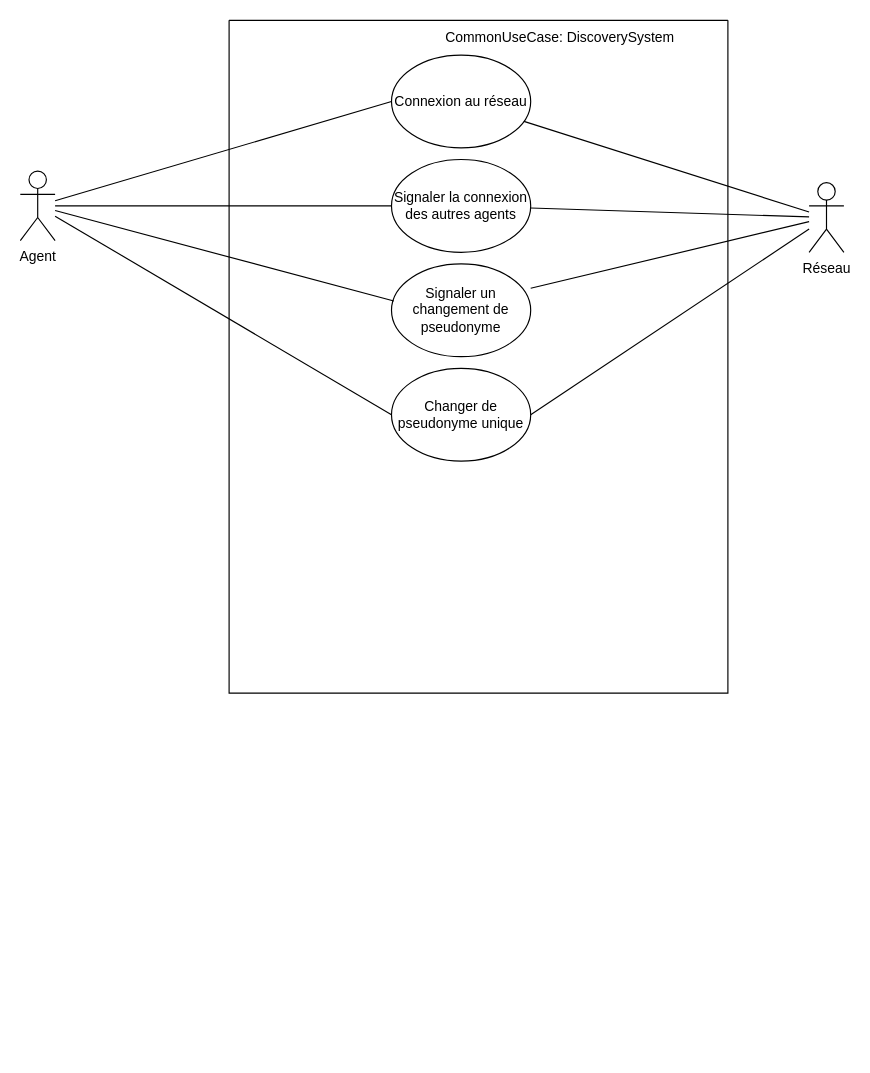
Above: conception/UseCaseDiscoverySystem.drawio in nbillard/Clavardage (draw.io), before the change. Source tidied: cells renumbered, new cells numbered last; positions are measured from the earlier drawing's top-left corner, leaving out a move shared by most shapes. Both pictures are drawn from the tidied source at 116%, with x=0, y=0 at pixel (20, 20).
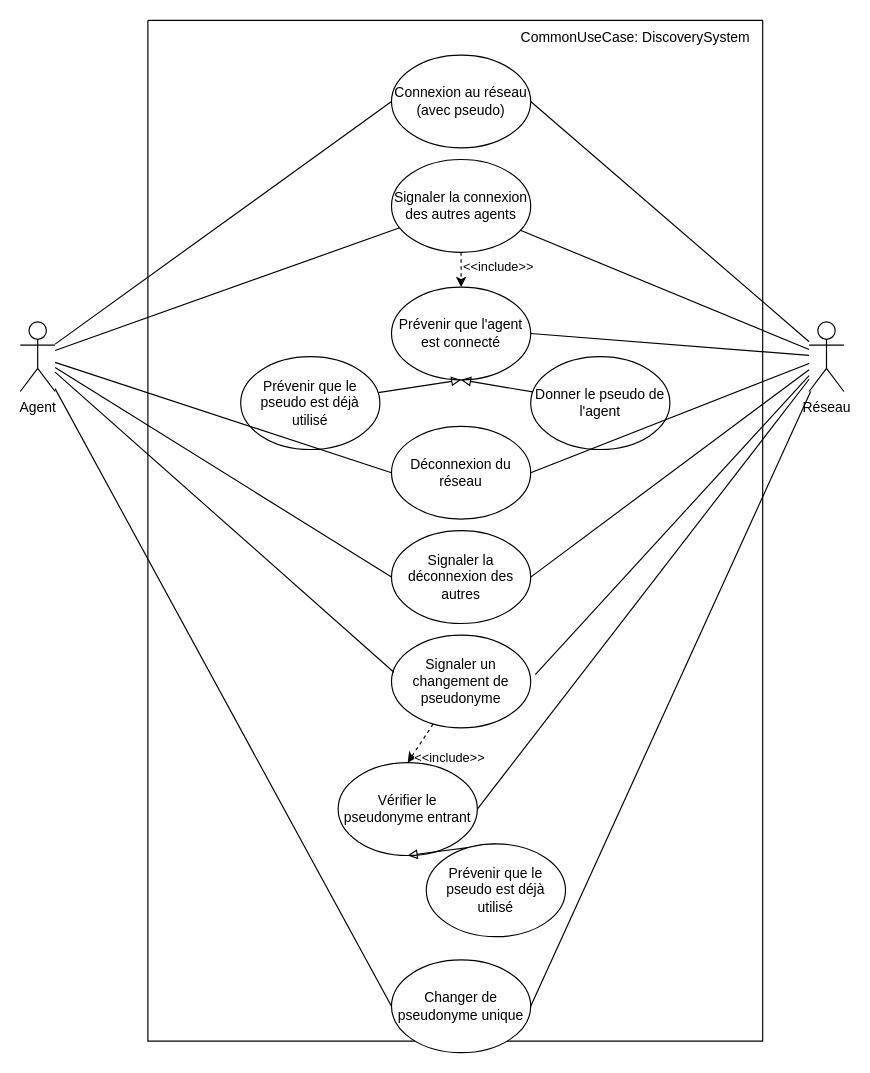
After the change.

Commit message:
Mettre à jour UseCaseDiscoverySystem.drawio

The edit, as a diff of the source:
```diff
@@
     <mxCell id="3" value="Agent" style="shape=umlActor;verticalLabelPosition=bottom;verticalAlign=top;html=1;outlineConnect=0;" parent="1" vertex="1">
-      <mxGeometry y="130" width="30" height="60" as="geometry" />
+      <mxGeometry y="260" width="30" height="60" as="geometry" />
     </mxCell>
     <mxCell id="4" style="swimlane;startSize=0;" parent="1" vertex="1">
-      <mxGeometry x="180" width="430" height="580" as="geometry" />
+      <mxGeometry x="110" width="530" height="880" as="geometry" />
     </mxCell>
     <mxCell id="5" value="&lt;div&gt;CommonUseCase: DiscoverySystem&lt;/div&gt;" style="text;html=1;align=center;verticalAlign=middle;strokeColor=none;fillColor=none;" parent="4" vertex="1">
-      <mxGeometry x="175" width="220" height="30" as="geometry" />
+      <mxGeometry x="310" width="220" height="30" as="geometry" />
     </mxCell>
+    <mxCell id="18" style="rounded=0;jettySize=auto;html=1;dashed=1;" parent="4" edge="1" source="6" target="22">
+      <mxGeometry relative="1" as="geometry" />
+    </mxCell>
+    <mxCell id="19" value="&amp;lt;&amp;lt;include&amp;gt;&amp;gt;" style="edgeLabel;html=1;align=center;verticalAlign=middle;" parent="18" vertex="1">
+      <mxGeometry x="-0.13" y="-2" relative="1" as="geometry">
+        <mxPoint x="33" y="-1" as="offset" />
+      </mxGeometry>
+    </mxCell>
     <mxCell id="6" value="Signaler la connexion des autres agents" style="ellipse;whiteSpace=wrap;html=1;" parent="4" vertex="1">
-      <mxGeometry x="140" y="120" width="120" height="80" as="geometry" />
+      <mxGeometry x="210" y="120" width="120" height="80" as="geometry" />
     </mxCell>
-    <mxCell id="7" value="Connexion au réseau" style="ellipse;whiteSpace=wrap;html=1;" parent="4" vertex="1">
-      <mxGeometry x="140" y="30" width="120" height="80" as="geometry" />
+    <mxCell id="7" value="&lt;div&gt;Connexion au réseau&lt;/div&gt;&lt;div&gt;(avec pseudo)&lt;br&gt;&lt;/div&gt;" style="ellipse;whiteSpace=wrap;html=1;" parent="4" vertex="1">
+      <mxGeometry x="210" y="30" width="120" height="80" as="geometry" />
     </mxCell>
     <mxCell id="8" value="&lt;div&gt;Changer de pseudonyme unique&lt;br&gt;&lt;/div&gt;" style="ellipse;whiteSpace=wrap;html=1;" parent="4" vertex="1">
-      <mxGeometry x="140" y="300" width="120" height="80" as="geometry" />
+      <mxGeometry x="210" y="810" width="120" height="80" as="geometry" />
     </mxCell>
+    <mxCell id="20" style="rounded=0;jettySize=auto;html=1;entryX=0.5;entryY=0;entryDx=0;entryDy=0;dashed=1;" parent="4" edge="1" source="9" target="29">
+      <mxGeometry relative="1" as="geometry" />
+    </mxCell>
+    <mxCell id="21" value="&amp;lt;&amp;lt;include&amp;gt;&amp;gt;" style="edgeLabel;html=1;align=center;verticalAlign=middle;" parent="20" vertex="1">
+      <mxGeometry x="-0.41" y="1" relative="1" as="geometry">
+        <mxPoint x="19" y="18" as="offset" />
+      </mxGeometry>
+    </mxCell>
     <mxCell id="9" value="&lt;div&gt;Signaler un changement de pseudonyme&lt;br&gt;&lt;/div&gt;" style="ellipse;whiteSpace=wrap;html=1;" parent="4" vertex="1">
-      <mxGeometry x="140" y="210" width="120" height="80" as="geometry" />
+      <mxGeometry x="210" y="530" width="120" height="80" as="geometry" />
     </mxCell>
+    <mxCell id="22" value="Prévenir que l'agent est connecté" style="ellipse;whiteSpace=wrap;html=1;" parent="4" vertex="1">
+      <mxGeometry x="210" y="230" width="120" height="80" as="geometry" />
+    </mxCell>
+    <mxCell id="23" style="rounded=0;jettySize=auto;html=1;entryX=0.5;entryY=1;entryDx=0;entryDy=0;endArrow=block;endFill=0;" parent="4" edge="1" source="24" target="22">
+      <mxGeometry relative="1" as="geometry" />
+    </mxCell>
+    <mxCell id="24" value="Prévenir que le pseudo est déjà utilisé" style="ellipse;whiteSpace=wrap;html=1;" parent="4" vertex="1">
+      <mxGeometry x="80" y="290" width="120" height="80" as="geometry" />
+    </mxCell>
+    <mxCell id="25" style="rounded=0;jettySize=auto;html=1;entryX=0.5;entryY=1;entryDx=0;entryDy=0;endArrow=block;endFill=0;" parent="4" edge="1" source="26" target="22">
+      <mxGeometry relative="1" as="geometry" />
+    </mxCell>
+    <mxCell id="26" value="Donner le pseudo de l'agent" style="ellipse;whiteSpace=wrap;html=1;" parent="4" vertex="1">
+      <mxGeometry x="330" y="290" width="120" height="80" as="geometry" />
+    </mxCell>
+    <mxCell id="27" value="Signaler la déconnexion des autres" style="ellipse;whiteSpace=wrap;html=1;" parent="4" vertex="1">
+      <mxGeometry x="210" y="440" width="120" height="80" as="geometry" />
+    </mxCell>
+    <mxCell id="28" value="Déconnexion du réseau" style="ellipse;whiteSpace=wrap;html=1;" parent="4" vertex="1">
+      <mxGeometry x="210" y="350" width="120" height="80" as="geometry" />
+    </mxCell>
+    <mxCell id="29" value="Vérifier le pseudonyme entrant" style="ellipse;whiteSpace=wrap;html=1;" parent="4" vertex="1">
+      <mxGeometry x="164" y="640" width="120" height="80" as="geometry" />
+    </mxCell>
+    <mxCell id="30" style="rounded=0;jettySize=auto;html=1;endArrow=none;endFill=0;exitX=0.5;exitY=1;exitDx=0;exitDy=0;entryX=0.5;entryY=0;entryDx=0;entryDy=0;startArrow=block;startFill=0;" parent="4" edge="1" source="29" target="31">
+      <mxGeometry relative="1" as="geometry" />
+    </mxCell>
+    <mxCell id="31" value="Prévenir que le pseudo est déjà utilisé" style="ellipse;whiteSpace=wrap;html=1;" parent="4" vertex="1">
+      <mxGeometry x="240" y="710" width="120" height="80" as="geometry" />
+    </mxCell>
     <mxCell id="10" value="Réseau" style="shape=umlActor;verticalLabelPosition=bottom;verticalAlign=top;html=1;outlineConnect=0;" parent="1" vertex="1">
-      <mxGeometry x="680" y="140" width="30" height="60" as="geometry" />
+      <mxGeometry x="680" y="260" width="30" height="60" as="geometry" />
     </mxCell>
@@
-    <mxCell id="12" style="rounded=0;jettySize=auto;html=1;endArrow=none;endFill=0;" parent="1" edge="1" source="7" target="10">
+    <mxCell id="12" style="rounded=0;jettySize=auto;html=1;endArrow=none;endFill=0;exitX=1;exitY=0.5;exitDx=0;exitDy=0;" parent="1" edge="1" source="7" target="10">
       <mxGeometry relative="1" as="geometry" />
     </mxCell>
@@
-    <mxCell id="15" style="rounded=0;jettySize=auto;html=1;endArrow=none;endFill=0;exitX=1;exitY=0.263;exitDx=0;exitDy=0;exitPerimeter=0;" parent="1" edge="1" source="9" target="10">
+    <mxCell id="15" style="rounded=0;jettySize=auto;html=1;endArrow=none;endFill=0;exitX=1.033;exitY=0.425;exitDx=0;exitDy=0;exitPerimeter=0;" parent="1" edge="1" source="9" target="10">
       <mxGeometry relative="1" as="geometry" />
     </mxCell>
@@
+    <mxCell id="32" style="rounded=0;jettySize=auto;html=1;endArrow=none;endFill=0;exitX=1;exitY=0.5;exitDx=0;exitDy=0;" parent="1" edge="1" source="22" target="10">
+      <mxGeometry relative="1" as="geometry" />
+    </mxCell>
+    <mxCell id="33" style="rounded=0;jettySize=auto;html=1;endArrow=none;endFill=0;exitX=0;exitY=0.5;exitDx=0;exitDy=0;" parent="1" edge="1" source="27" target="3">
+      <mxGeometry relative="1" as="geometry" />
+    </mxCell>
+    <mxCell id="34" style="rounded=0;jettySize=auto;html=1;endArrow=none;endFill=0;exitX=1;exitY=0.5;exitDx=0;exitDy=0;" parent="1" edge="1" source="27" target="10">
+      <mxGeometry relative="1" as="geometry" />
+    </mxCell>
+    <mxCell id="35" style="rounded=0;jettySize=auto;html=1;endArrow=none;endFill=0;exitX=0;exitY=0.5;exitDx=0;exitDy=0;" parent="1" edge="1" source="28" target="3">
+      <mxGeometry relative="1" as="geometry" />
+    </mxCell>
+    <mxCell id="36" style="rounded=0;jettySize=auto;html=1;endArrow=none;endFill=0;exitX=1;exitY=0.5;exitDx=0;exitDy=0;" parent="1" edge="1" source="28" target="10">
+      <mxGeometry relative="1" as="geometry" />
+    </mxCell>
+    <mxCell id="37" style="rounded=0;jettySize=auto;html=1;endArrow=none;endFill=0;exitX=1;exitY=0.5;exitDx=0;exitDy=0;" parent="1" edge="1" source="29" target="10">
+      <mxGeometry relative="1" as="geometry" />
+    </mxCell>
```
